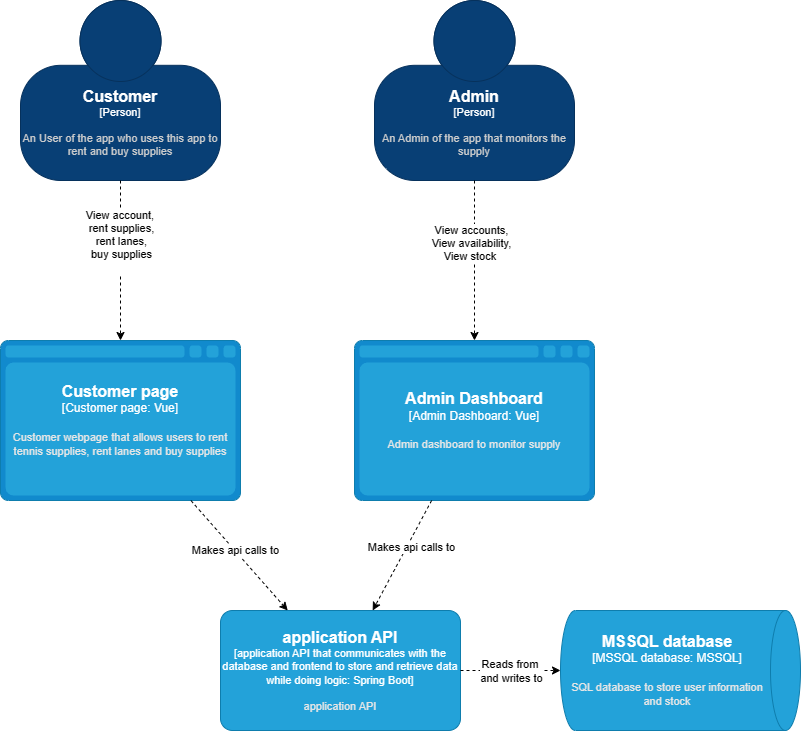
The draw.io diagram Documents/C2.drawio.png in samdebanenman/s3-individueel, before a commit. Source tidied: cells renumbered, new cells last; positions are measured from the earlier drawing's top-left corner, leaving out a move shared by most shapes.
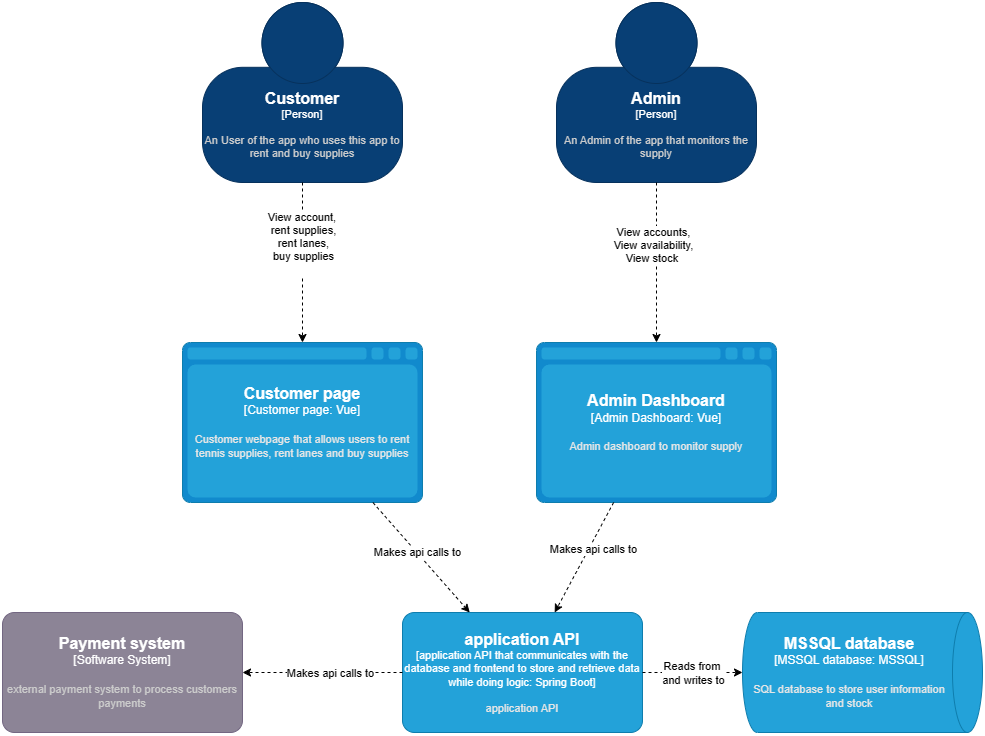
After the commit.

What changed in the source:
```diff
@@ -70,5 +70,16 @@
         <mxPoint x="23" y="2" as="offset" />
       </mxGeometry>
     </mxCell>
+    <object id="18" label="&lt;font style=&quot;font-size: 16px&quot;&gt;&lt;b&gt;%c4Name%&lt;/b&gt;&lt;/font&gt;&lt;div&gt;[%c4Type%]&lt;/div&gt;&lt;br&gt;&lt;div&gt;&lt;font style=&quot;font-size: 11px&quot;&gt;&lt;font color=&quot;#cccccc&quot;&gt;%c4Description%&lt;/font&gt;&lt;/div&gt;" c4Description="external payment system to process customers payments" c4Name="Payment system" c4Type="Software System" placeholders="1">
+      <mxCell style="rounded=1;whiteSpace=wrap;html=1;labelBackgroundColor=none;fillColor=#8C8496;fontColor=#ffffff;align=center;arcSize=10;strokeColor=#736782;points=[[0.25,0,0],[0.5,0,0],[0.75,0,0],[1,0.25,0],[1,0.5,0],[1,0.75,0],[0.75,1,0],[0.5,1,0],[0.25,1,0],[0,0.75,0],[0,0.5,0],[0,0.25,0]];" parent="1" vertex="1">
+        <mxGeometry x="-180" y="610" width="240" height="120" as="geometry" />
+      </mxCell>
+    </object>
+    <mxCell id="19" style="endArrow=classic;html=1;rounded=0;dashed=1;" parent="1" edge="1" source="6" target="18">
+      <mxGeometry relative="1" as="geometry" />
+    </mxCell>
+    <mxCell id="20" value="Makes api calls to" style="edgeLabel;html=1;align=center;verticalAlign=middle;" parent="19" vertex="1">
+      <mxGeometry x="-0.1" relative="1" as="geometry" />
+    </mxCell>
   </root>
 </mxGraphModel>
```
